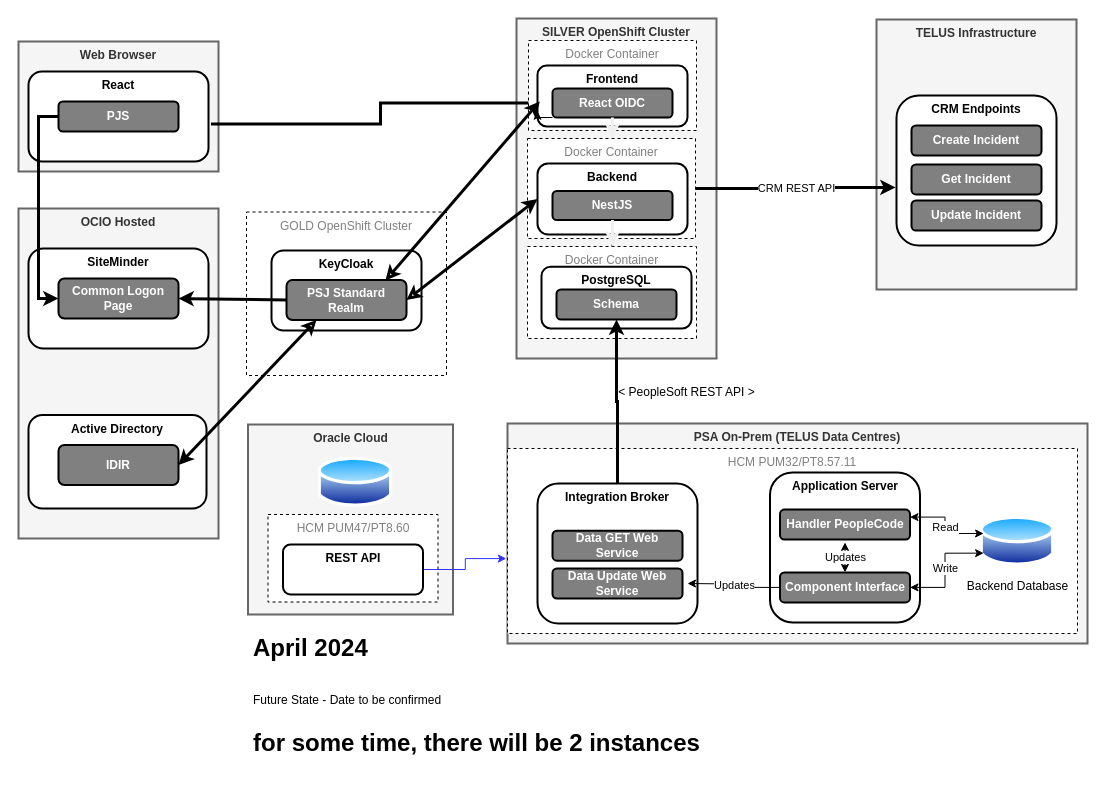
The draw.io diagram page "Future State (Summer 2023)" (2 of 7) of docs/architecture/architecture.drawio in bcgov/psa-job-store, before the edit. Source tidied: cells renumbered, new cells numbered last; positions are measured from the earlier drawing's top-left corner, leaving out a move shared by most shapes. Both pictures are drawn from the tidied source at 100%, with x=0, y=0 at pixel (18, 18).
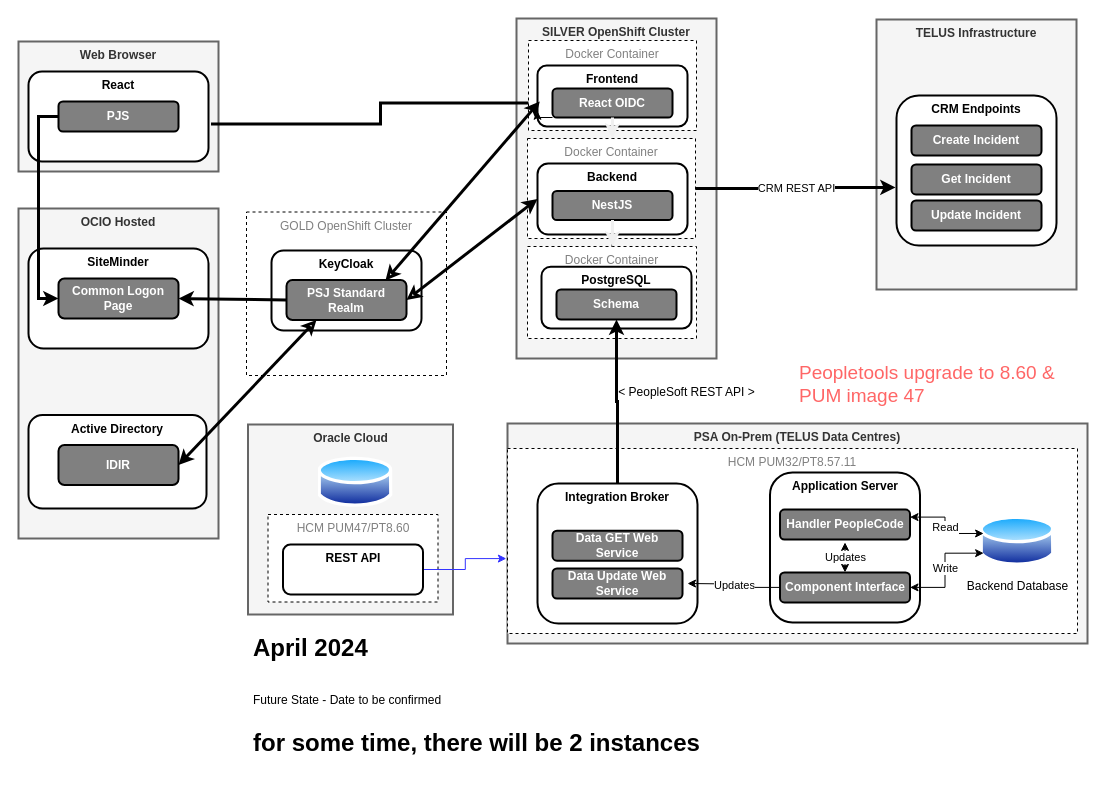
The same page after the edit.

What changed in the source:
```diff
@@
+    <mxCell id="61" value="&lt;span dir=&quot;ltr&quot; class=&quot;ui-provider a b c d e f g h i j k l m n o p q r s t u v w x y z ab ac ae af ag ah ai aj ak&quot;&gt;&lt;font color=&quot;#ff6666&quot; style=&quot;font-size: 19px;&quot;&gt;Peopletools upgrade to 8.60 &amp;amp; PUM image 47&lt;/font&gt;&lt;/span&gt;" style="text;whiteSpace=wrap;html=1;" parent="1" vertex="1">
+      <mxGeometry x="779" y="336.5" width="290" height="60" as="geometry" />
+    </mxCell>
```
